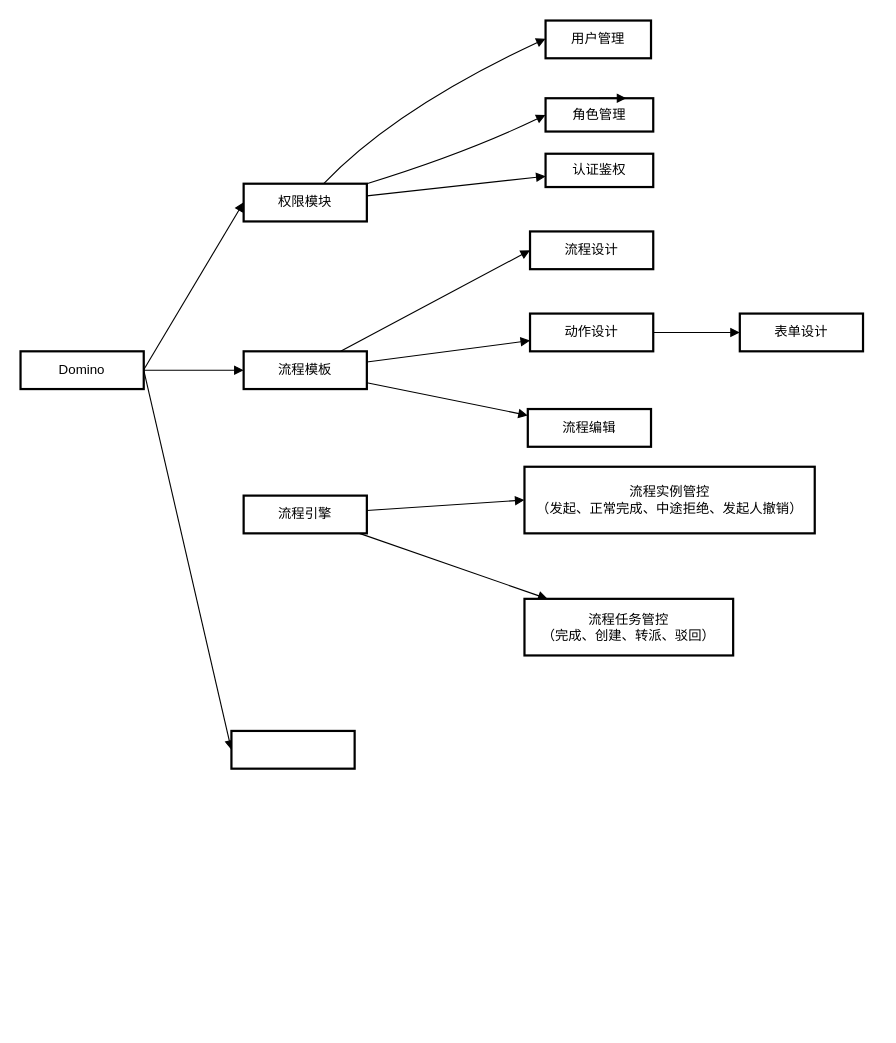
This is domino模块图.drawio from cnbeiyu/cxx-graduation, a draw.io file, before an edit. Source tidied: cells renumbered, new cells numbered last; positions are measured from the earlier drawing's top-left corner, leaving out a move shared by most shapes. Both pictures are drawn from the tidied source at 111%, with x=0, y=0 at pixel (20, 20).
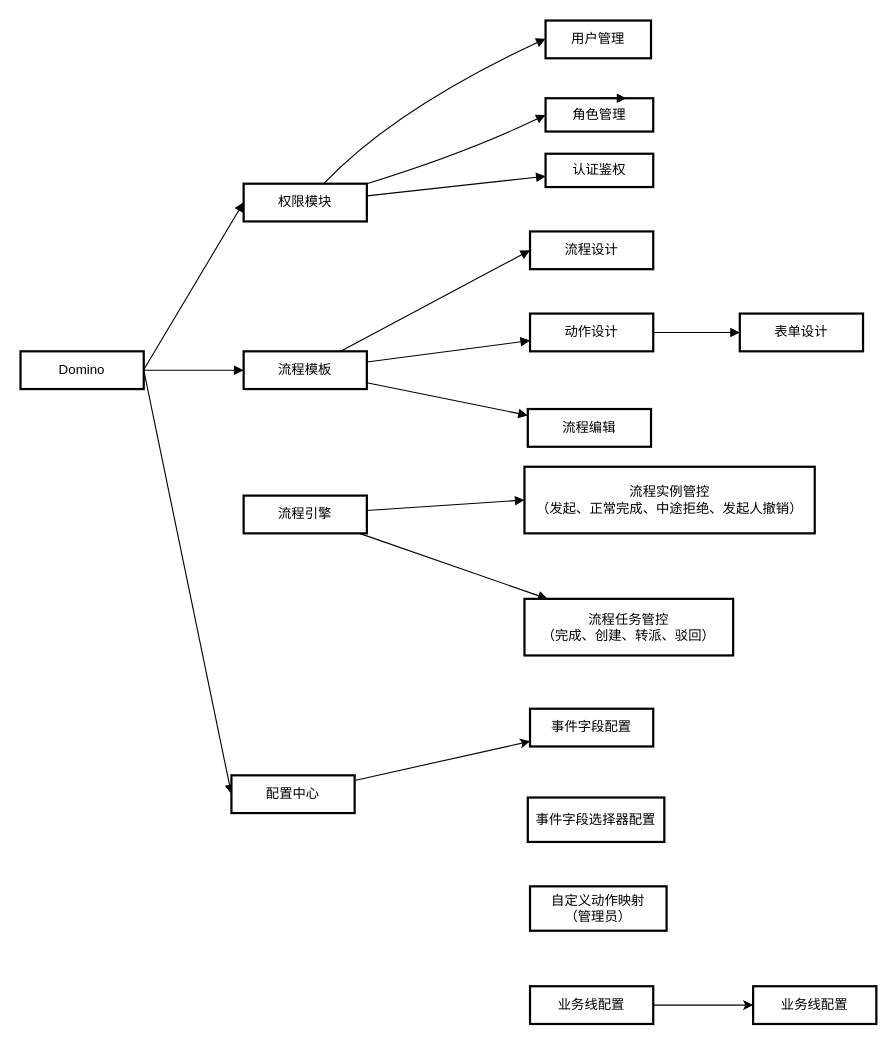
After the change.

Commit message:
更新domino模块图.drawio

What changed in the source:
```diff
@@
+    <mxCell id="29" style="rounded=0;jettySize=auto;html=1;" parent="1" edge="1" source="28" target="30">
+      <mxGeometry relative="1" as="geometry" />
+    </mxCell>
-    <mxCell id="28" style="whiteSpace=wrap;strokeWidth=2;" parent="1" vertex="1">
-      <mxGeometry x="190" y="640" width="111" height="34" as="geometry" />
+    <mxCell id="28" value="配置中心" style="whiteSpace=wrap;strokeWidth=2;" parent="1" vertex="1">
+      <mxGeometry x="190" y="680" width="111" height="34" as="geometry" />
     </mxCell>
+    <mxCell id="30" value="事件字段配置" style="whiteSpace=wrap;strokeWidth=2;" parent="1" vertex="1">
+      <mxGeometry x="459" y="620" width="111" height="34" as="geometry" />
+    </mxCell>
+    <mxCell id="31" value="事件字段选择器配置" style="whiteSpace=wrap;strokeWidth=2;" parent="1" vertex="1">
+      <mxGeometry x="457" y="700" width="123" height="40" as="geometry" />
+    </mxCell>
+    <mxCell id="32" value="自定义动作映射&#10;（管理员）" style="whiteSpace=wrap;strokeWidth=2;" parent="1" vertex="1">
+      <mxGeometry x="459" y="780" width="123" height="40" as="geometry" />
+    </mxCell>
+    <mxCell id="33" style="edgeStyle=orthogonalEdgeStyle;rounded=0;jettySize=auto;html=1;" parent="1" edge="1" source="34" target="35">
+      <mxGeometry relative="1" as="geometry" />
+    </mxCell>
+    <mxCell id="34" value="业务线配置" style="whiteSpace=wrap;strokeWidth=2;" parent="1" vertex="1">
+      <mxGeometry x="459" y="870" width="111" height="34" as="geometry" />
+    </mxCell>
+    <mxCell id="35" value="业务线配置" style="whiteSpace=wrap;strokeWidth=2;" parent="1" vertex="1">
+      <mxGeometry x="660" y="870" width="111" height="34" as="geometry" />
+    </mxCell>
```
